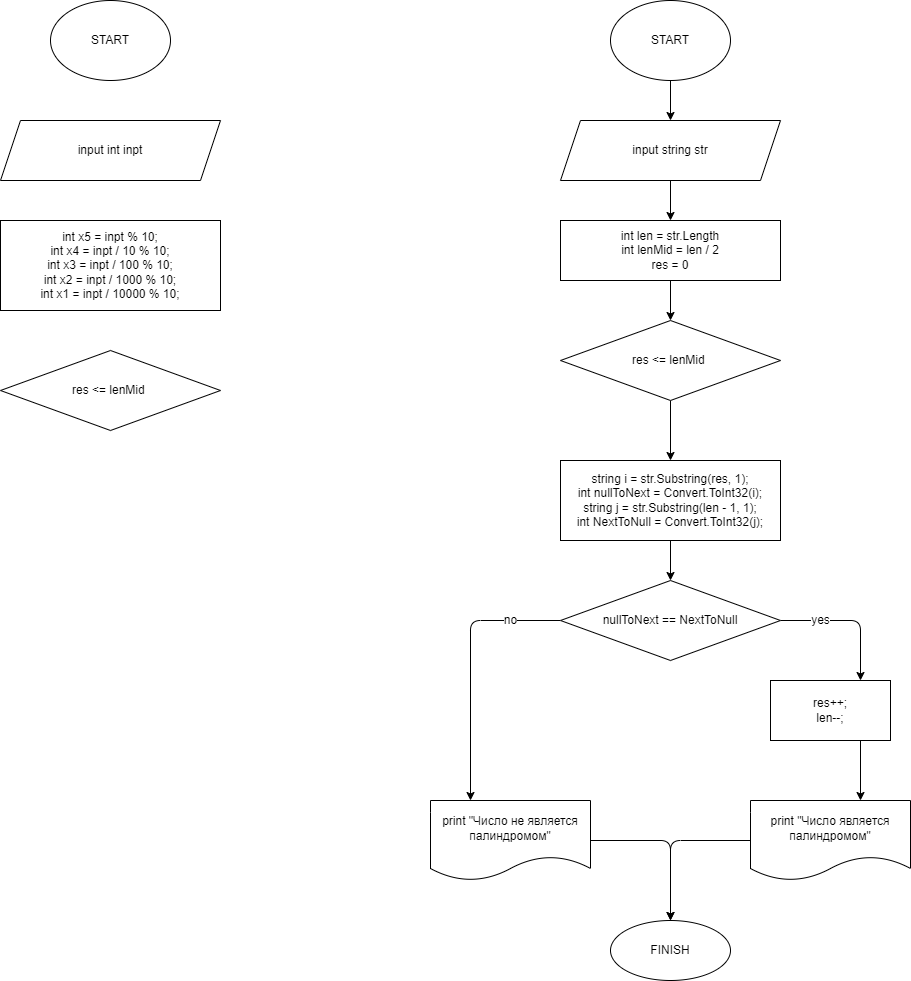
Kostalev/C_Lesson3_hw keeps this draw.io diagram as exmpl01/exmpl1.drawio.png. Above is the earlier version. Source tidied: cells renumbered, new cells last; positions are measured from the earlier drawing's top-left corner, leaving out a move shared by most shapes. Its diagram source:
```xml
<mxGraphModel>
  <root>
    <mxCell id="0" />
    <mxCell id="1" parent="0" />
    <mxCell id="2" style="edgeStyle=none;html=1;" parent="1" edge="1" source="3" target="5">
      <mxGeometry relative="1" as="geometry" />
    </mxCell>
    <mxCell id="3" value="START" style="ellipse;whiteSpace=wrap;html=1;" parent="1" vertex="1">
      <mxGeometry x="610" width="120" height="80" as="geometry" />
    </mxCell>
    <mxCell id="4" style="edgeStyle=none;html=1;" parent="1" edge="1" source="5" target="7">
      <mxGeometry relative="1" as="geometry" />
    </mxCell>
    <mxCell id="5" value="input string str" style="shape=parallelogram;perimeter=parallelogramPerimeter;whiteSpace=wrap;html=1;fixedSize=1;" parent="1" vertex="1">
      <mxGeometry x="560" y="120" width="220" height="60" as="geometry" />
    </mxCell>
    <mxCell id="6" style="edgeStyle=none;html=1;" parent="1" edge="1" source="7" target="9">
      <mxGeometry relative="1" as="geometry" />
    </mxCell>
    <mxCell id="7" value="int len = str.Length&lt;br&gt;int lenMid = len / 2&lt;br&gt;res = 0" style="whiteSpace=wrap;html=1;" parent="1" vertex="1">
      <mxGeometry x="560" y="220" width="220" height="60" as="geometry" />
    </mxCell>
    <mxCell id="8" style="edgeStyle=none;html=1;" parent="1" edge="1" source="9" target="11">
      <mxGeometry relative="1" as="geometry" />
    </mxCell>
    <mxCell id="9" value="res &amp;lt;= lenMid&amp;nbsp;" style="rhombus;whiteSpace=wrap;html=1;" parent="1" vertex="1">
      <mxGeometry x="560" y="320" width="220" height="80" as="geometry" />
    </mxCell>
    <mxCell id="10" style="edgeStyle=none;html=1;" parent="1" edge="1" source="11" target="14">
      <mxGeometry relative="1" as="geometry" />
    </mxCell>
    <mxCell id="11" value="&lt;div&gt;string i = str.Substring(res, 1);&lt;/div&gt;&lt;div&gt;int nullToNext = Convert.ToInt32(i);&lt;/div&gt;&lt;div&gt;string j = str.Substring(len - 1, 1);&lt;/div&gt;&lt;div&gt;int NextToNull = Convert.ToInt32(j);&lt;/div&gt;" style="whiteSpace=wrap;html=1;" parent="1" vertex="1">
      <mxGeometry x="560" y="460" width="220" height="80" as="geometry" />
    </mxCell>
    <mxCell id="12" value="yes" style="edgeStyle=none;html=1;exitX=1;exitY=0.5;exitDx=0;exitDy=0;entryX=0.75;entryY=0;entryDx=0;entryDy=0;fontSize=12;" parent="1" edge="1" source="14" target="16">
      <mxGeometry x="-0.43" relative="1" as="geometry">
        <Array as="points">
          <mxPoint x="860" y="620" />
        </Array>
      </mxGeometry>
    </mxCell>
    <mxCell id="13" value="no" style="edgeStyle=none;html=1;exitX=0;exitY=0.5;exitDx=0;exitDy=0;entryX=0.25;entryY=0;entryDx=0;entryDy=0;fontSize=12;" parent="1" edge="1" source="14" target="18">
      <mxGeometry x="-0.63" relative="1" as="geometry">
        <Array as="points">
          <mxPoint x="470" y="620" />
        </Array>
      </mxGeometry>
    </mxCell>
    <mxCell id="14" value="nullToNext == NextToNull" style="rhombus;whiteSpace=wrap;html=1;" parent="1" vertex="1">
      <mxGeometry x="560" y="580" width="220" height="80" as="geometry" />
    </mxCell>
    <mxCell id="15" style="edgeStyle=none;html=1;exitX=0.75;exitY=1;exitDx=0;exitDy=0;" parent="1" edge="1" source="16">
      <mxGeometry relative="1" as="geometry">
        <mxPoint x="860" y="800" as="targetPoint" />
      </mxGeometry>
    </mxCell>
    <mxCell id="16" value="&lt;div&gt;res++;&lt;/div&gt;&lt;div&gt;&lt;span&gt;len--;&lt;/span&gt;&lt;/div&gt;" style="whiteSpace=wrap;html=1;" parent="1" vertex="1">
      <mxGeometry x="770" y="680" width="120" height="60" as="geometry" />
    </mxCell>
    <mxCell id="17" style="edgeStyle=none;html=1;exitX=1;exitY=0.5;exitDx=0;exitDy=0;entryX=0.5;entryY=0;entryDx=0;entryDy=0;" parent="1" edge="1" source="18" target="21">
      <mxGeometry relative="1" as="geometry">
        <Array as="points">
          <mxPoint x="670" y="840" />
        </Array>
      </mxGeometry>
    </mxCell>
    <mxCell id="18" value="&lt;span&gt;print &quot;Число не является палиндромом&quot;&lt;/span&gt;" style="shape=document;whiteSpace=wrap;html=1;boundedLbl=1;" parent="1" vertex="1">
      <mxGeometry x="430" y="800" width="160" height="80" as="geometry" />
    </mxCell>
    <mxCell id="19" style="edgeStyle=none;html=1;exitX=0;exitY=0.5;exitDx=0;exitDy=0;entryX=0.5;entryY=0;entryDx=0;entryDy=0;" parent="1" edge="1" source="20" target="21">
      <mxGeometry relative="1" as="geometry">
        <Array as="points">
          <mxPoint x="670" y="840" />
        </Array>
      </mxGeometry>
    </mxCell>
    <mxCell id="20" value="print &quot;Число является палиндромом&quot;" style="shape=document;whiteSpace=wrap;html=1;boundedLbl=1;" parent="1" vertex="1">
      <mxGeometry x="750" y="800" width="160" height="80" as="geometry" />
    </mxCell>
    <mxCell id="21" value="FINISH" style="ellipse;whiteSpace=wrap;html=1;" parent="1" vertex="1">
      <mxGeometry x="610" y="920" width="120" height="60" as="geometry" />
    </mxCell>
    <mxCell id="22" value="START" style="ellipse;whiteSpace=wrap;html=1;" parent="1" vertex="1">
      <mxGeometry x="50" width="120" height="80" as="geometry" />
    </mxCell>
    <mxCell id="23" value="input int inpt" style="shape=parallelogram;perimeter=parallelogramPerimeter;whiteSpace=wrap;html=1;fixedSize=1;" parent="1" vertex="1">
      <mxGeometry y="120" width="220" height="60" as="geometry" />
    </mxCell>
    <mxCell id="24" value="&lt;div&gt;int x5 = inpt % 10;&lt;/div&gt;&lt;div&gt;int x4 = inpt / 10 % 10;&lt;/div&gt;&lt;div&gt;int x3 = inpt / 100 % 10;&lt;/div&gt;&lt;div&gt;int x2 = inpt / 1000 % 10;&lt;/div&gt;&lt;div&gt;int x1 = inpt / 10000 % 10;&lt;/div&gt;" style="whiteSpace=wrap;html=1;" parent="1" vertex="1">
      <mxGeometry y="220" width="220" height="90" as="geometry" />
    </mxCell>
    <mxCell id="25" value="res &amp;lt;= lenMid&amp;nbsp;" style="rhombus;whiteSpace=wrap;html=1;" parent="1" vertex="1">
      <mxGeometry y="350" width="220" height="80" as="geometry" />
    </mxCell>
  </root>
</mxGraphModel>
```
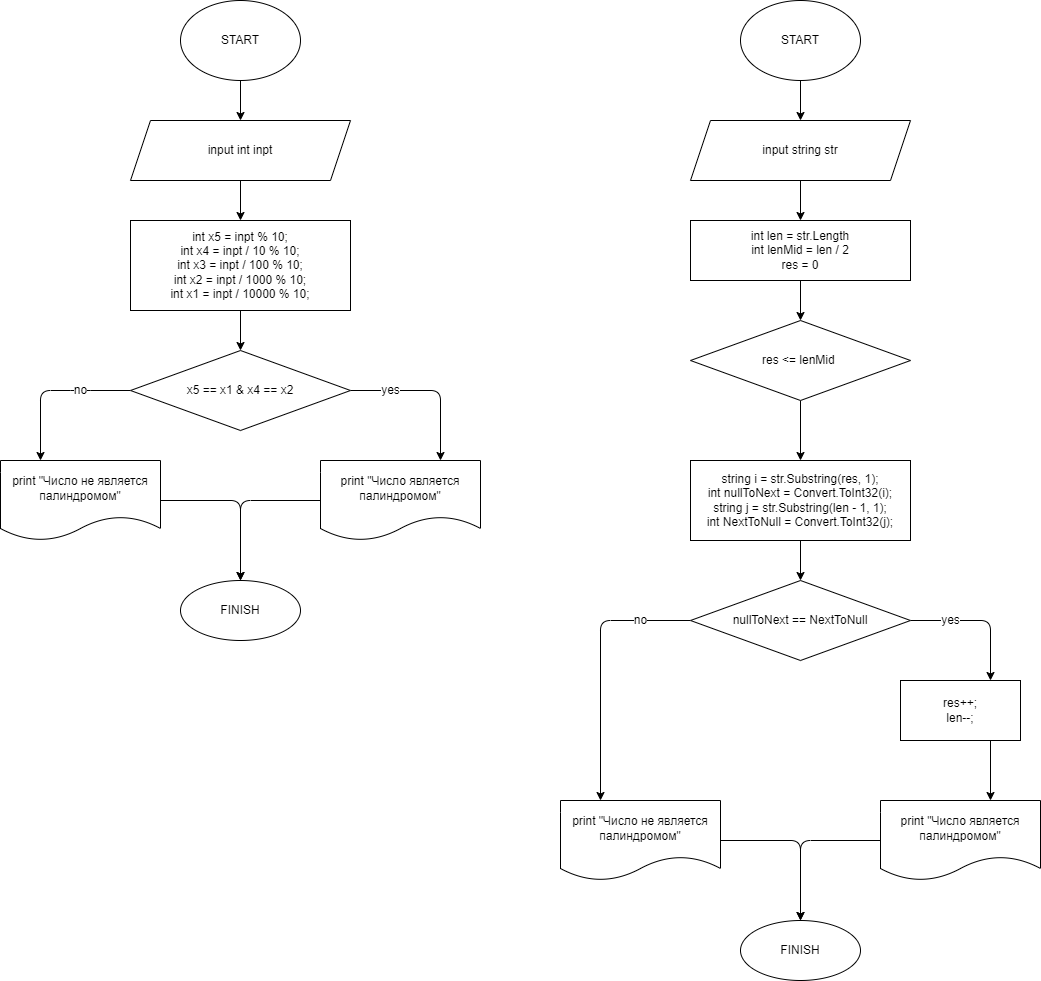
After the change.

Commit message:
Урок 3 Задача 3 Блок-схема и Решение

The edit, as a diff of the source:
```diff
@@ -80,17 +80,64 @@
     <mxCell id="21" value="FINISH" style="ellipse;whiteSpace=wrap;html=1;" parent="1" vertex="1">
       <mxGeometry x="610" y="920" width="120" height="60" as="geometry" />
     </mxCell>
+    <mxCell id="26" style="edgeStyle=none;html=1;exitX=0.5;exitY=1;exitDx=0;exitDy=0;entryX=0.5;entryY=0;entryDx=0;entryDy=0;" parent="1" edge="1" source="22" target="23">
+      <mxGeometry relative="1" as="geometry" />
+    </mxCell>
     <mxCell id="22" value="START" style="ellipse;whiteSpace=wrap;html=1;" parent="1" vertex="1">
       <mxGeometry x="50" width="120" height="80" as="geometry" />
     </mxCell>
+    <mxCell id="27" style="edgeStyle=none;html=1;exitX=0.5;exitY=1;exitDx=0;exitDy=0;entryX=0.5;entryY=0;entryDx=0;entryDy=0;" parent="1" edge="1" source="23" target="24">
+      <mxGeometry relative="1" as="geometry" />
+    </mxCell>
     <mxCell id="23" value="input int inpt" style="shape=parallelogram;perimeter=parallelogramPerimeter;whiteSpace=wrap;html=1;fixedSize=1;" parent="1" vertex="1">
       <mxGeometry y="120" width="220" height="60" as="geometry" />
     </mxCell>
+    <mxCell id="28" style="edgeStyle=none;html=1;exitX=0.5;exitY=1;exitDx=0;exitDy=0;entryX=0.5;entryY=0;entryDx=0;entryDy=0;" parent="1" edge="1" source="24" target="25">
+      <mxGeometry relative="1" as="geometry" />
+    </mxCell>
     <mxCell id="24" value="&lt;div&gt;int x5 = inpt % 10;&lt;/div&gt;&lt;div&gt;int x4 = inpt / 10 % 10;&lt;/div&gt;&lt;div&gt;int x3 = inpt / 100 % 10;&lt;/div&gt;&lt;div&gt;int x2 = inpt / 1000 % 10;&lt;/div&gt;&lt;div&gt;int x1 = inpt / 10000 % 10;&lt;/div&gt;" style="whiteSpace=wrap;html=1;" parent="1" vertex="1">
       <mxGeometry y="220" width="220" height="90" as="geometry" />
     </mxCell>
+    <mxCell id="29" value="yes" style="edgeStyle=none;html=1;exitX=1;exitY=0.5;exitDx=0;exitDy=0;entryX=0.75;entryY=0;entryDx=0;entryDy=0;fontSize=12;" parent="1" edge="1" source="25" target="32">
+      <mxGeometry x="-0.5" relative="1" as="geometry">
+        <Array as="points">
+          <mxPoint x="310" y="390" />
+        </Array>
+      </mxGeometry>
+    </mxCell>
+    <mxCell id="30" value="no" style="edgeStyle=none;html=1;exitX=0;exitY=0.5;exitDx=0;exitDy=0;entryX=0.25;entryY=0;entryDx=0;entryDy=0;fontSize=12;" parent="1" edge="1" source="25" target="34">
+      <mxGeometry x="-0.38" relative="1" as="geometry">
+        <Array as="points">
+          <mxPoint x="-50" y="390" />
+          <mxPoint x="-90" y="390" />
+        </Array>
+      </mxGeometry>
+    </mxCell>
-    <mxCell id="25" value="res &amp;lt;= lenMid&amp;nbsp;" style="rhombus;whiteSpace=wrap;html=1;" parent="1" vertex="1">
+    <mxCell id="25" value="x5 == x1 &amp;amp; x4 == x2" style="rhombus;whiteSpace=wrap;html=1;" parent="1" vertex="1">
       <mxGeometry y="350" width="220" height="80" as="geometry" />
     </mxCell>
+    <mxCell id="31" style="edgeStyle=none;html=1;exitX=0;exitY=0.5;exitDx=0;exitDy=0;entryX=0.5;entryY=0;entryDx=0;entryDy=0;" parent="1" edge="1" source="32" target="35">
+      <mxGeometry relative="1" as="geometry">
+        <Array as="points">
+          <mxPoint x="110" y="500" />
+        </Array>
+      </mxGeometry>
+    </mxCell>
+    <mxCell id="32" value="print &quot;Число является палиндромом&quot;" style="shape=document;whiteSpace=wrap;html=1;boundedLbl=1;" parent="1" vertex="1">
+      <mxGeometry x="190" y="460" width="160" height="80" as="geometry" />
+    </mxCell>
+    <mxCell id="33" style="edgeStyle=none;html=1;exitX=1;exitY=0.5;exitDx=0;exitDy=0;entryX=0.5;entryY=0;entryDx=0;entryDy=0;" parent="1" edge="1" source="34" target="35">
+      <mxGeometry relative="1" as="geometry">
+        <Array as="points">
+          <mxPoint x="110" y="500" />
+        </Array>
+      </mxGeometry>
+    </mxCell>
+    <mxCell id="34" value="&lt;span&gt;print &quot;Число не является палиндромом&quot;&lt;/span&gt;" style="shape=document;whiteSpace=wrap;html=1;boundedLbl=1;" parent="1" vertex="1">
+      <mxGeometry x="-130" y="460" width="160" height="80" as="geometry" />
+    </mxCell>
+    <mxCell id="35" value="FINISH" style="ellipse;whiteSpace=wrap;html=1;" parent="1" vertex="1">
+      <mxGeometry x="50" y="580" width="120" height="60" as="geometry" />
+    </mxCell>
   </root>
 </mxGraphModel>
```
